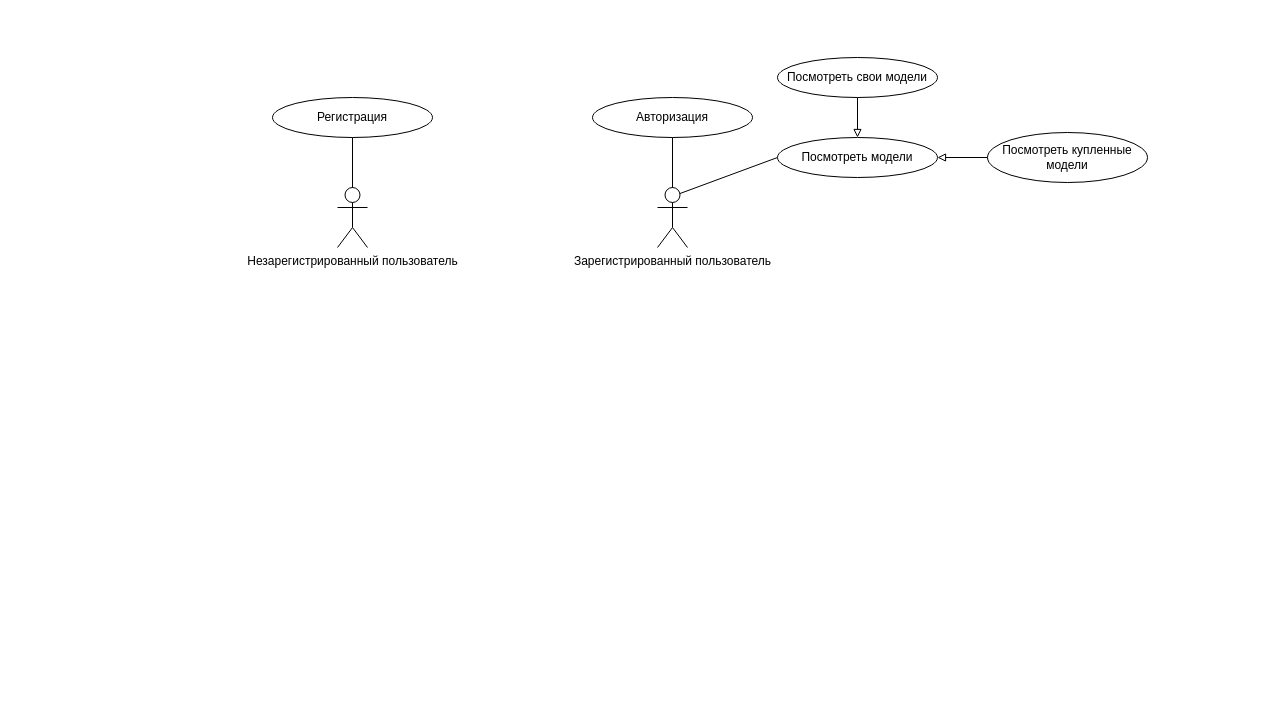
Above: Diagrams/Use Case Diagram.drawio in DogNellaf/c2c-market (draw.io), before the change. Source tidied: cells renumbered, new cells numbered last; positions are measured from the earlier drawing's top-left corner, leaving out a move shared by most shapes. Both pictures are drawn from the tidied source at 100%, with x=0, y=0 at pixel (272, 57).
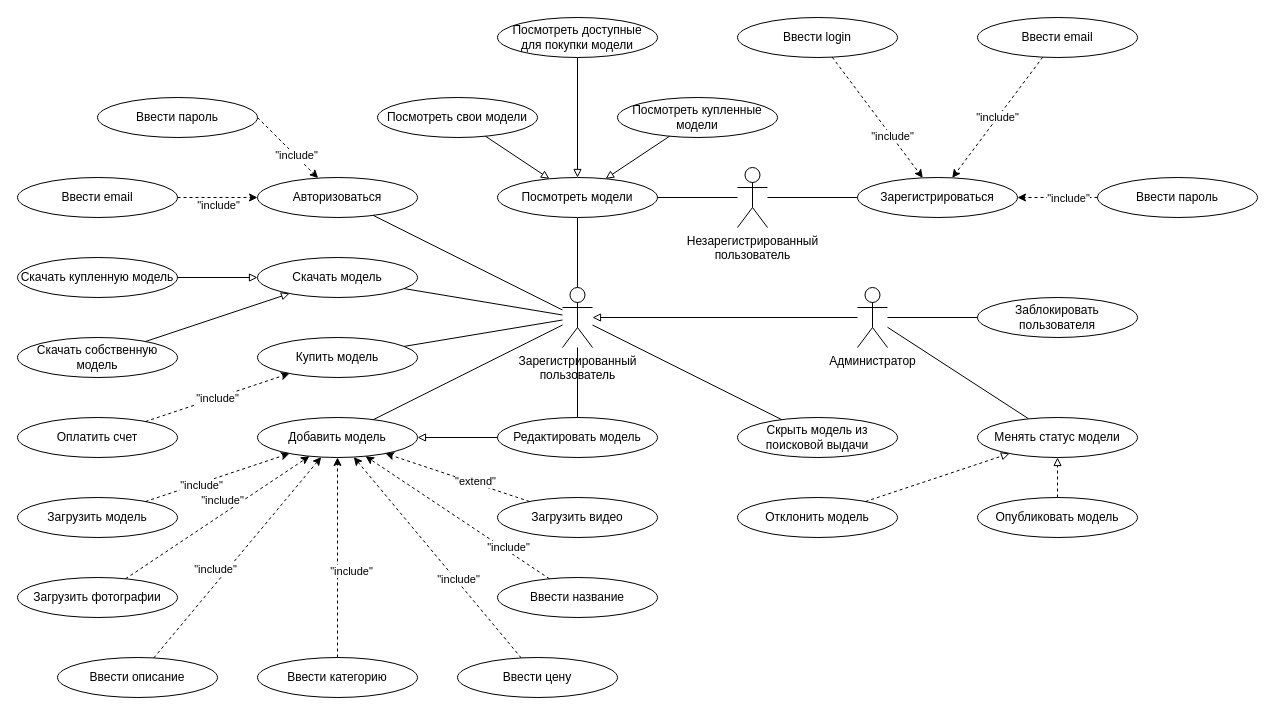
The same page after the edit.

Commit message (it also covers changes not shown here):
Add UseCase Diagram

Change to the diagram source:
```diff
@@
-    <mxCell id="2" value="Незарегистрированный пользователь" style="shape=umlActor;verticalLabelPosition=bottom;verticalAlign=top;html=1;outlineConnect=0;" parent="1" vertex="1">
-      <mxGeometry x="65" y="130" width="30" height="60" as="geometry" />
+    <mxCell id="2" value="Незарегистрированный &lt;br&gt;пользователь" style="shape=umlActor;verticalLabelPosition=bottom;verticalAlign=top;html=1;outlineConnect=0;" parent="1" vertex="1">
+      <mxGeometry x="465" y="110" width="30" height="60" as="geometry" />
     </mxCell>
-    <mxCell id="3" value="Регистрация" style="ellipse;whiteSpace=wrap;html=1;" parent="1" vertex="1">
-      <mxGeometry y="40" width="160" height="40" as="geometry" />
-    </mxCell>
-    <mxCell id="4" style="endArrow=none;html=1;rounded=0;entryX=0.5;entryY=1;entryDx=0;entryDy=0;exitX=0.5;exitY=0;exitDx=0;exitDy=0;exitPerimeter=0;endFill=0;" parent="1" edge="1" source="2" target="3">
-      <mxGeometry relative="1" as="geometry" />
-    </mxCell>
-    <mxCell id="5" value="Зарегистрированный пользователь" style="shape=umlActor;verticalLabelPosition=bottom;verticalAlign=top;html=1;outlineConnect=0;" parent="1" vertex="1">
-      <mxGeometry x="385" y="130" width="30" height="60" as="geometry" />
+    <mxCell id="5" value="Зарегистрированный &lt;br&gt;пользователь" style="shape=umlActor;verticalLabelPosition=bottom;verticalAlign=top;html=1;outlineConnect=0;" parent="1" vertex="1">
+      <mxGeometry x="290" y="230" width="30" height="60" as="geometry" />
     </mxCell>
-    <mxCell id="6" value="Авторизация" style="ellipse;whiteSpace=wrap;html=1;" parent="1" vertex="1">
-      <mxGeometry x="320" y="40" width="160" height="40" as="geometry" />
+    <mxCell id="6" value="Авторизоваться" style="ellipse;whiteSpace=wrap;html=1;" parent="1" vertex="1">
+      <mxGeometry x="-15" y="120" width="160" height="40" as="geometry" />
     </mxCell>
-    <mxCell id="7" style="endArrow=none;html=1;rounded=0;entryX=0.5;entryY=1;entryDx=0;entryDy=0;exitX=0.5;exitY=0;exitDx=0;exitDy=0;exitPerimeter=0;" parent="1" edge="1" source="5" target="6">
+    <mxCell id="7" style="endArrow=none;html=1;rounded=0;" parent="1" edge="1" source="5" target="6">
       <mxGeometry relative="1" as="geometry" />
     </mxCell>
     <mxCell id="8" value="Посмотреть свои модели" style="ellipse;whiteSpace=wrap;html=1;" parent="1" vertex="1">
-      <mxGeometry x="505" width="160" height="40" as="geometry" />
+      <mxGeometry x="105" y="40" width="160" height="40" as="geometry" />
     </mxCell>
     <mxCell id="9" value="Посмотреть купленные модели" style="ellipse;whiteSpace=wrap;html=1;" parent="1" vertex="1">
-      <mxGeometry x="715" y="75" width="160" height="50" as="geometry" />
+      <mxGeometry x="345" y="40" width="160" height="40" as="geometry" />
     </mxCell>
-    <mxCell id="10" style="endArrow=none;html=1;rounded=0;entryX=0;entryY=0.5;entryDx=0;entryDy=0;exitX=0.75;exitY=0.1;exitDx=0;exitDy=0;exitPerimeter=0;" parent="1" edge="1" source="5" target="11">
+    <mxCell id="10" style="endArrow=none;html=1;rounded=0;" parent="1" edge="1" source="5" target="11">
       <mxGeometry relative="1" as="geometry" />
     </mxCell>
     <mxCell id="11" value="Посмотреть модели" style="ellipse;whiteSpace=wrap;html=1;" parent="1" vertex="1">
-      <mxGeometry x="505" y="80" width="160" height="40" as="geometry" />
+      <mxGeometry x="225" y="120" width="160" height="40" as="geometry" />
     </mxCell>
-    <mxCell id="12" style="endArrow=block;html=1;rounded=0;entryX=1;entryY=0.5;entryDx=0;entryDy=0;exitX=0;exitY=0.5;exitDx=0;exitDy=0;endFill=0;" parent="1" edge="1" source="9" target="11">
+    <mxCell id="12" style="endArrow=block;html=1;rounded=0;endFill=0;" parent="1" edge="1" source="9" target="11">
       <mxGeometry relative="1" as="geometry" />
     </mxCell>
-    <mxCell id="13" style="endArrow=block;html=1;rounded=0;exitX=0.5;exitY=1;exitDx=0;exitDy=0;entryX=0.5;entryY=0;entryDx=0;entryDy=0;endFill=0;" parent="1" edge="1" source="8" target="11">
+    <mxCell id="13" style="endArrow=block;html=1;rounded=0;endFill=0;" parent="1" edge="1" source="8" target="11">
       <mxGeometry relative="1" as="geometry" />
     </mxCell>
+    <mxCell id="14" value="Администратор" style="shape=umlActor;verticalLabelPosition=bottom;verticalAlign=top;html=1;outlineConnect=0;" parent="1" vertex="1">
+      <mxGeometry x="585" y="230" width="30" height="60" as="geometry" />
+    </mxCell>
+    <mxCell id="15" value="Отклонить модель" style="ellipse;whiteSpace=wrap;html=1;" parent="1" vertex="1">
+      <mxGeometry x="465" y="440" width="160" height="40" as="geometry" />
+    </mxCell>
+    <mxCell id="16" style="endArrow=none;html=1;rounded=0;" parent="1" edge="1" source="64" target="14">
+      <mxGeometry relative="1" as="geometry" />
+    </mxCell>
+    <mxCell id="17" value="Опубликовать модель" style="ellipse;whiteSpace=wrap;html=1;" parent="1" vertex="1">
+      <mxGeometry x="705" y="440" width="160" height="40" as="geometry" />
+    </mxCell>
+    <mxCell id="18" value="Скрыть модель из поисковой выдачи" style="ellipse;whiteSpace=wrap;html=1;" parent="1" vertex="1">
+      <mxGeometry x="465" y="360" width="160" height="40" as="geometry" />
+    </mxCell>
+    <mxCell id="19" value="Заблокировать пользователя" style="ellipse;whiteSpace=wrap;html=1;" parent="1" vertex="1">
+      <mxGeometry x="705" y="240" width="160" height="40" as="geometry" />
+    </mxCell>
+    <mxCell id="20" style="endArrow=none;html=1;rounded=0;" parent="1" edge="1" source="14" target="19">
+      <mxGeometry relative="1" as="geometry" />
+    </mxCell>
+    <mxCell id="21" value="Добавить модель" style="ellipse;whiteSpace=wrap;html=1;" parent="1" vertex="1">
+      <mxGeometry x="-15" y="360" width="160" height="40" as="geometry" />
+    </mxCell>
+    <mxCell id="22" style="endArrow=none;html=1;rounded=0;" parent="1" edge="1" source="21" target="5">
+      <mxGeometry relative="1" as="geometry" />
+    </mxCell>
+    <mxCell id="23" value="Скачать модель" style="ellipse;whiteSpace=wrap;html=1;" parent="1" vertex="1">
+      <mxGeometry x="-15" y="200" width="160" height="40" as="geometry" />
+    </mxCell>
+    <mxCell id="24" style="endArrow=none;html=1;rounded=0;" parent="1" edge="1" source="5" target="23">
+      <mxGeometry relative="1" as="geometry" />
+    </mxCell>
+    <mxCell id="25" value="Купить модель" style="ellipse;whiteSpace=wrap;html=1;" parent="1" vertex="1">
+      <mxGeometry x="-15" y="280" width="160" height="40" as="geometry" />
+    </mxCell>
+    <mxCell id="26" style="endArrow=none;html=1;rounded=0;" parent="1" edge="1" source="5" target="25">
+      <mxGeometry relative="1" as="geometry" />
+    </mxCell>
+    <mxCell id="27" style="endArrow=none;html=1;rounded=0;" parent="1" edge="1" source="5" target="18">
+      <mxGeometry relative="1" as="geometry" />
+    </mxCell>
+    <mxCell id="28" value="Посмотреть доступные &lt;br&gt;для покупки модели" style="ellipse;whiteSpace=wrap;html=1;" parent="1" vertex="1">
+      <mxGeometry x="225" y="-40" width="160" height="40" as="geometry" />
+    </mxCell>
+    <mxCell id="29" style="endArrow=none;html=1;rounded=0;startArrow=block;startFill=0;" parent="1" edge="1" source="11" target="28">
+      <mxGeometry relative="1" as="geometry" />
+    </mxCell>
+    <mxCell id="30" style="endArrow=block;html=1;rounded=0;endFill=0;" parent="1" edge="1" source="14" target="5">
+      <mxGeometry relative="1" as="geometry" />
+    </mxCell>
+    <mxCell id="31" value="Скачать купленную модель" style="ellipse;whiteSpace=wrap;html=1;" parent="1" vertex="1">
+      <mxGeometry x="-255" y="200" width="160" height="40" as="geometry" />
+    </mxCell>
+    <mxCell id="32" style="endArrow=none;html=1;rounded=0;startArrow=none;" parent="1" edge="1" source="3" target="2">
+      <mxGeometry relative="1" as="geometry" />
+    </mxCell>
+    <mxCell id="33" value="Скачать собственную модель" style="ellipse;whiteSpace=wrap;html=1;" parent="1" vertex="1">
+      <mxGeometry x="-255" y="280" width="160" height="40" as="geometry" />
+    </mxCell>
+    <mxCell id="34" style="endArrow=block;html=1;rounded=0;endFill=0;" parent="1" edge="1" source="33" target="23">
+      <mxGeometry relative="1" as="geometry" />
+    </mxCell>
+    <mxCell id="35" style="endArrow=block;html=1;rounded=0;endFill=0;" parent="1" edge="1" source="31" target="23">
+      <mxGeometry relative="1" as="geometry" />
+    </mxCell>
+    <mxCell id="3" value="Зарегистрироваться" style="ellipse;whiteSpace=wrap;html=1;" parent="1" vertex="1">
+      <mxGeometry x="585" y="120" width="160" height="40" as="geometry" />
+    </mxCell>
+    <mxCell id="36" style="endArrow=none;html=1;rounded=0;" parent="1" edge="1" source="11" target="2">
+      <mxGeometry relative="1" as="geometry" />
+    </mxCell>
+    <mxCell id="37" value="Оплатить счет" style="ellipse;whiteSpace=wrap;html=1;" parent="1" vertex="1">
+      <mxGeometry x="-255" y="360" width="160" height="40" as="geometry" />
+    </mxCell>
+    <mxCell id="38" style="endArrow=classic;html=1;rounded=0;dashed=1;" parent="1" edge="1" source="37" target="25">
+      <mxGeometry relative="1" as="geometry" />
+    </mxCell>
+    <mxCell id="39" value="&quot;include&quot;" style="edgeLabel;html=1;align=center;verticalAlign=middle;" parent="38" vertex="1">
+      <mxGeometry x="0.19" y="-4" relative="1" as="geometry">
+        <mxPoint x="-15" y="1" as="offset" />
+      </mxGeometry>
+    </mxCell>
+    <mxCell id="40" value="Редактировать модель" style="ellipse;whiteSpace=wrap;html=1;" parent="1" vertex="1">
+      <mxGeometry x="225" y="360" width="160" height="40" as="geometry" />
+    </mxCell>
+    <mxCell id="41" style="endArrow=none;html=1;rounded=0;" parent="1" edge="1" source="40" target="5">
+      <mxGeometry relative="1" as="geometry" />
+    </mxCell>
+    <mxCell id="42" value="Загрузить модель" style="ellipse;whiteSpace=wrap;html=1;" parent="1" vertex="1">
+      <mxGeometry x="-255" y="440" width="160" height="40" as="geometry" />
+    </mxCell>
+    <mxCell id="43" value="Ввести название" style="ellipse;whiteSpace=wrap;html=1;" parent="1" vertex="1">
+      <mxGeometry x="225" y="520" width="160" height="40" as="geometry" />
+    </mxCell>
+    <mxCell id="44" value="Ввести описание" style="ellipse;whiteSpace=wrap;html=1;" parent="1" vertex="1">
+      <mxGeometry x="-215" y="600" width="160" height="40" as="geometry" />
+    </mxCell>
+    <mxCell id="45" value="Ввести цену" style="ellipse;whiteSpace=wrap;html=1;" parent="1" vertex="1">
+      <mxGeometry x="185" y="600" width="160" height="40" as="geometry" />
+    </mxCell>
+    <mxCell id="46" value="Ввести категорию" style="ellipse;whiteSpace=wrap;html=1;" parent="1" vertex="1">
+      <mxGeometry x="-15" y="600" width="160" height="40" as="geometry" />
+    </mxCell>
+    <mxCell id="47" value="Загрузить видео" style="ellipse;whiteSpace=wrap;html=1;" parent="1" vertex="1">
+      <mxGeometry x="225" y="440" width="160" height="40" as="geometry" />
+    </mxCell>
+    <mxCell id="48" style="endArrow=classic;html=1;rounded=0;dashed=1;" parent="1" edge="1" source="42" target="21">
+      <mxGeometry relative="1" as="geometry" />
+    </mxCell>
+    <mxCell id="49" value="&quot;include&quot;" style="edgeLabel;html=1;align=center;verticalAlign=middle;" parent="48" vertex="1">
+      <mxGeometry x="-0.23" y="-2" relative="1" as="geometry" />
+    </mxCell>
+    <mxCell id="50" value="Загрузить фотографии" style="ellipse;whiteSpace=wrap;html=1;" parent="1" vertex="1">
+      <mxGeometry x="-255" y="520" width="160" height="40" as="geometry" />
+    </mxCell>
+    <mxCell id="51" style="endArrow=classic;html=1;rounded=0;endFill=1;dashed=1;" parent="1" edge="1" source="50" target="21">
+      <mxGeometry relative="1" as="geometry" />
+    </mxCell>
+    <mxCell id="52" value="&quot;include&quot;" style="edgeLabel;html=1;align=center;verticalAlign=middle;" parent="51" vertex="1">
+      <mxGeometry x="0.23" y="4" relative="1" as="geometry">
+        <mxPoint x="-14" as="offset" />
+      </mxGeometry>
+    </mxCell>
+    <mxCell id="53" style="endArrow=block;html=1;rounded=0;endFill=0;" parent="1" edge="1" source="40" target="21">
+      <mxGeometry relative="1" as="geometry" />
+    </mxCell>
+    <mxCell id="54" style="endArrow=classic;html=1;rounded=0;dashed=1;" parent="1" edge="1" source="44" target="21">
+      <mxGeometry relative="1" as="geometry" />
+    </mxCell>
+    <mxCell id="55" value="&quot;include&quot;" style="edgeLabel;html=1;align=center;verticalAlign=middle;" parent="54" vertex="1">
+      <mxGeometry x="-0.23" y="-2" relative="1" as="geometry">
+        <mxPoint x="-5" y="-13" as="offset" />
+      </mxGeometry>
+    </mxCell>
+    <mxCell id="56" style="endArrow=classic;html=1;rounded=0;dashed=1;" parent="1" edge="1" source="46" target="21">
+      <mxGeometry relative="1" as="geometry" />
+    </mxCell>
+    <mxCell id="57" value="&quot;include&quot;" style="edgeLabel;html=1;align=center;verticalAlign=middle;" parent="56" vertex="1">
+      <mxGeometry x="-0.23" y="-2" relative="1" as="geometry">
+        <mxPoint x="11" y="-10" as="offset" />
+      </mxGeometry>
+    </mxCell>
+    <mxCell id="58" style="endArrow=classic;html=1;rounded=0;dashed=1;" parent="1" edge="1" source="43" target="21">
+      <mxGeometry relative="1" as="geometry" />
+    </mxCell>
+    <mxCell id="59" value="&quot;include&quot;" style="edgeLabel;html=1;align=center;verticalAlign=middle;" parent="58" vertex="1">
+      <mxGeometry x="-0.23" y="-2" relative="1" as="geometry">
+        <mxPoint x="28" y="17" as="offset" />
+      </mxGeometry>
+    </mxCell>
+    <mxCell id="60" style="endArrow=classic;html=1;rounded=0;dashed=1;" parent="1" edge="1" source="45" target="21">
+      <mxGeometry relative="1" as="geometry" />
+    </mxCell>
+    <mxCell id="61" value="&quot;include&quot;" style="edgeLabel;html=1;align=center;verticalAlign=middle;" parent="60" vertex="1">
+      <mxGeometry x="-0.23" y="-2" relative="1" as="geometry" />
+    </mxCell>
+    <mxCell id="62" style="endArrow=classic;html=1;rounded=0;dashed=1;" parent="1" edge="1" source="47" target="21">
+      <mxGeometry relative="1" as="geometry" />
+    </mxCell>
+    <mxCell id="63" value="&quot;extend&quot;" style="edgeLabel;html=1;align=center;verticalAlign=middle;" parent="62" vertex="1">
+      <mxGeometry x="-0.23" y="-2" relative="1" as="geometry" />
+    </mxCell>
+    <mxCell id="64" value="Менять статус модели" style="ellipse;whiteSpace=wrap;html=1;" parent="1" vertex="1">
+      <mxGeometry x="705" y="360" width="160" height="40" as="geometry" />
+    </mxCell>
+    <mxCell id="65" style="endArrow=block;html=1;rounded=0;dashed=1;endFill=0;" parent="1" edge="1" source="17" target="64">
+      <mxGeometry relative="1" as="geometry" />
+    </mxCell>
+    <mxCell id="66" style="endArrow=block;html=1;rounded=0;dashed=1;endFill=0;" parent="1" edge="1" source="15" target="64">
+      <mxGeometry relative="1" as="geometry" />
+    </mxCell>
+    <mxCell id="67" value="Ввести email" style="ellipse;whiteSpace=wrap;html=1;" parent="1" vertex="1">
+      <mxGeometry x="705" y="-40" width="160" height="40" as="geometry" />
+    </mxCell>
+    <mxCell id="68" value="Ввести login" style="ellipse;whiteSpace=wrap;html=1;" parent="1" vertex="1">
+      <mxGeometry x="465" y="-40" width="160" height="40" as="geometry" />
+    </mxCell>
+    <mxCell id="69" value="Ввести пароль" style="ellipse;whiteSpace=wrap;html=1;" parent="1" vertex="1">
+      <mxGeometry x="825" y="120" width="160" height="40" as="geometry" />
+    </mxCell>
+    <mxCell id="70" value="&quot;include&quot;" style="endArrow=classic;html=1;rounded=0;dashed=1;" parent="1" edge="1" source="67" target="3">
+      <mxGeometry relative="1" as="geometry" />
+    </mxCell>
+    <mxCell id="71" style="endArrow=classic;html=1;rounded=0;dashed=1;" parent="1" edge="1" source="68" target="3">
+      <mxGeometry relative="1" as="geometry" />
+    </mxCell>
+    <mxCell id="72" value="&quot;include&quot;" style="edgeLabel;html=1;align=center;verticalAlign=middle;" parent="71" vertex="1">
+      <mxGeometry x="0.31" relative="1" as="geometry" />
+    </mxCell>
+    <mxCell id="73" style="endArrow=classic;html=1;rounded=0;dashed=1;" parent="1" edge="1" source="69" target="3">
+      <mxGeometry relative="1" as="geometry" />
+    </mxCell>
+    <mxCell id="74" value="&quot;include&quot;" style="edgeLabel;html=1;align=center;verticalAlign=middle;" parent="73" vertex="1">
+      <mxGeometry x="-0.38" y="1" relative="1" as="geometry">
+        <mxPoint x="-5" y="-1" as="offset" />
+      </mxGeometry>
+    </mxCell>
+    <mxCell id="75" value="Ввести email" style="ellipse;whiteSpace=wrap;html=1;" parent="1" vertex="1">
+      <mxGeometry x="-255" y="120" width="160" height="40" as="geometry" />
+    </mxCell>
+    <mxCell id="76" value="Ввести пароль" style="ellipse;whiteSpace=wrap;html=1;" parent="1" vertex="1">
+      <mxGeometry x="-175" y="40" width="160" height="40" as="geometry" />
+    </mxCell>
+    <mxCell id="77" style="endArrow=classic;html=1;rounded=0;dashed=1;exitX=1;exitY=0.5;exitDx=0;exitDy=0;" parent="1" edge="1" source="75" target="6">
+      <mxGeometry relative="1" as="geometry" />
+    </mxCell>
+    <mxCell id="78" value="&quot;include&quot;" style="edgeLabel;html=1;align=center;verticalAlign=middle;" parent="77" vertex="1">
+      <mxGeometry x="-0.29" y="2" relative="1" as="geometry">
+        <mxPoint x="12" y="9" as="offset" />
+      </mxGeometry>
+    </mxCell>
+    <mxCell id="79" style="endArrow=classic;html=1;rounded=0;dashed=1;exitX=1;exitY=0.5;exitDx=0;exitDy=0;" parent="1" edge="1" source="76" target="6">
+      <mxGeometry relative="1" as="geometry" />
+    </mxCell>
+    <mxCell id="80" value="&quot;include&quot;" style="edgeLabel;html=1;align=center;verticalAlign=middle;" parent="79" vertex="1">
+      <mxGeometry x="0.26" y="1" relative="1" as="geometry" />
+    </mxCell>
```
